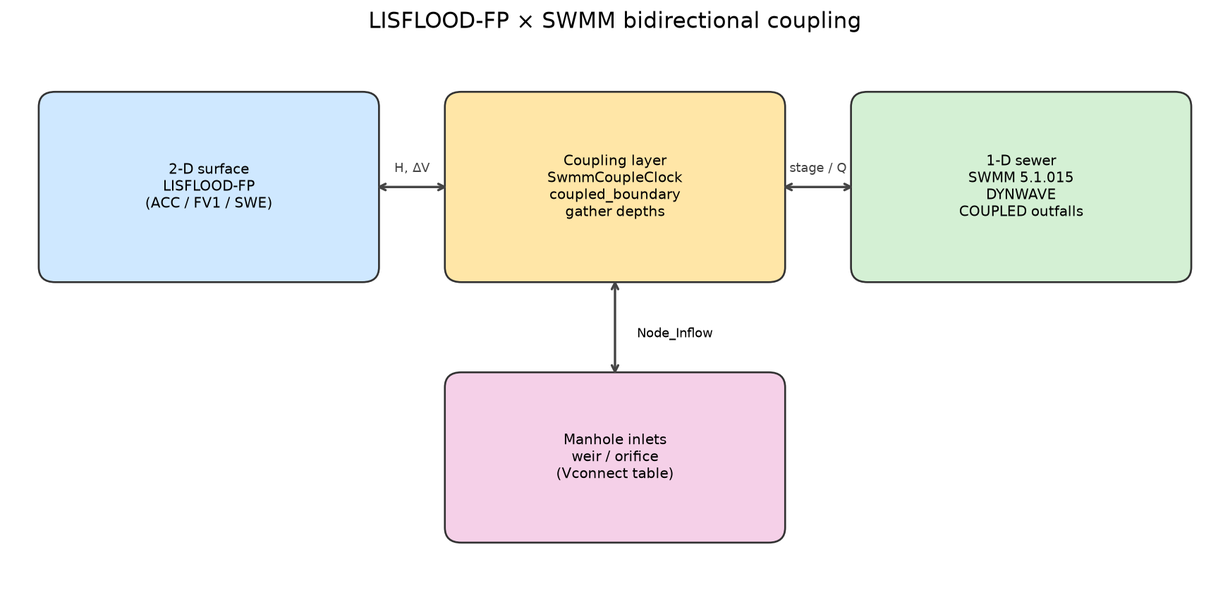
The Mermaid diagram docs/figures/coupling_overview.png in FloodGroup/LISFLOOD-SWMM-Coupling, before a commit. Its source is kept beside it as docs/figures/coupling_overview.mmd.
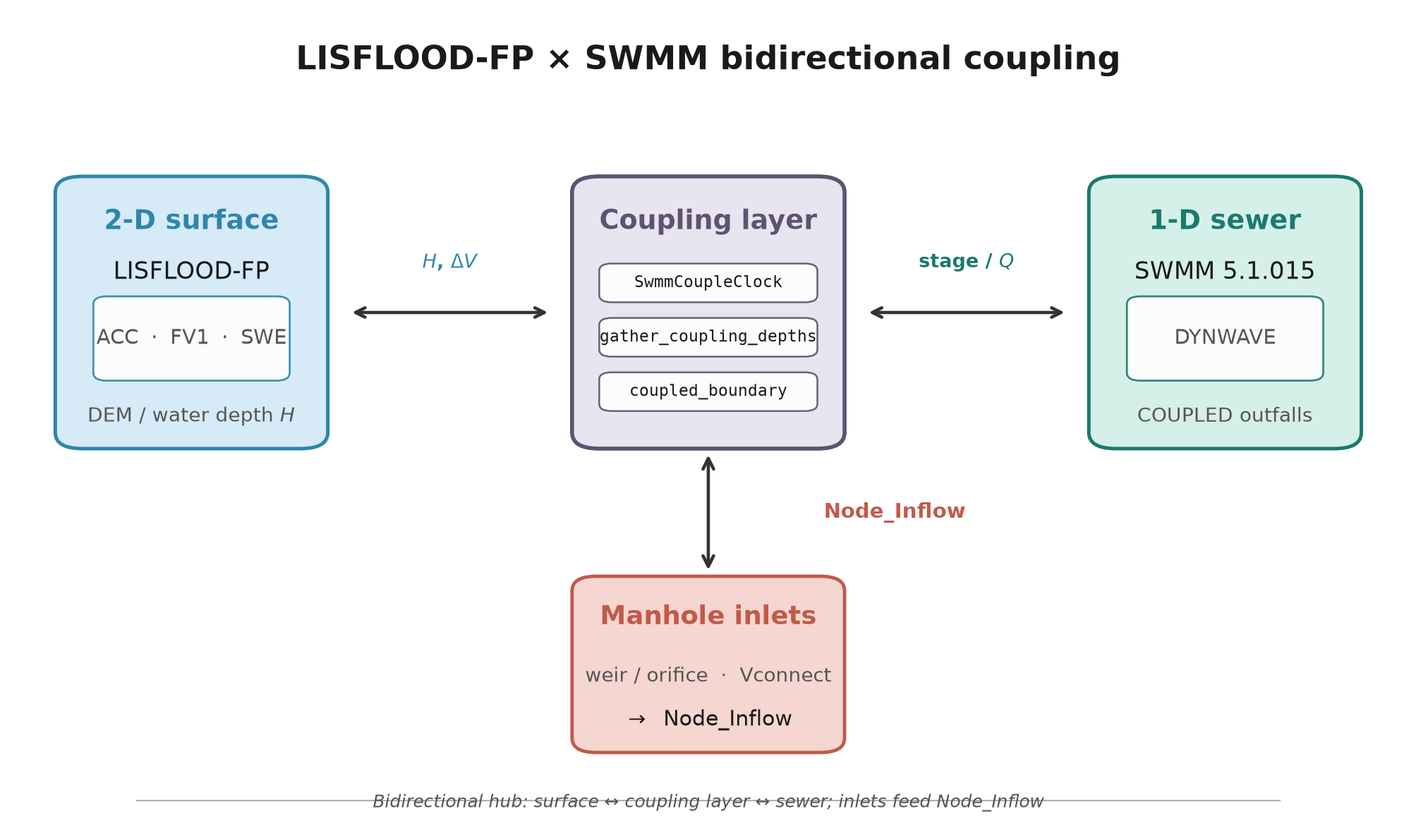
The same diagram one commit later.

Commit message:
docs(figures): Nature-style coupling overview, outfall schematic, and time-sync diagrams

Diff of the diagram source:
```diff
@@ -1,23 +1,25 @@
 flowchart LR
   subgraph Surface["2-D surface (LISFLOOD-FP)"]
     DEM[DEM / water depth H]
-    SOLVER["ACC / FV1 / other SWE"]
+    SOLVER["ACC / FV1 / SWE"]
   end
   subgraph Exchange["Coupling layer"]
     CLOCK["SwmmCoupleClock"]
     GATHER["gather_coupling_depths"]
-    CB["coupled_boundary.c"]
-    VIN["Manhole inlet Q"]
+    CB["coupled_boundary"]
   end
-  subgraph Sewer["1-D sewer (SWMM)"]
-    DW["Dynamic wave"]
+  subgraph Sewer["1-D sewer (SWMM 5.1.015)"]
+    DW["DYNWAVE"]
     OUT["COUPLED outfalls"]
   end
-  SOLVER --> CLOCK
+  subgraph Inlet["Manhole inlets"]
+    VIN["weir / orifice → Node_Inflow"]
+  end
+  SOLVER <-->|"H, ΔV"| CB
   DEM --> GATHER
   GATHER --> CB
   CLOCK --> CB
-  CB --> OUT
+  CB <-->|"stage / Q"| OUT
   OUT --> DW
   DW --> CB
-  CB --> SOLVER
+  VIN --> CB
```
